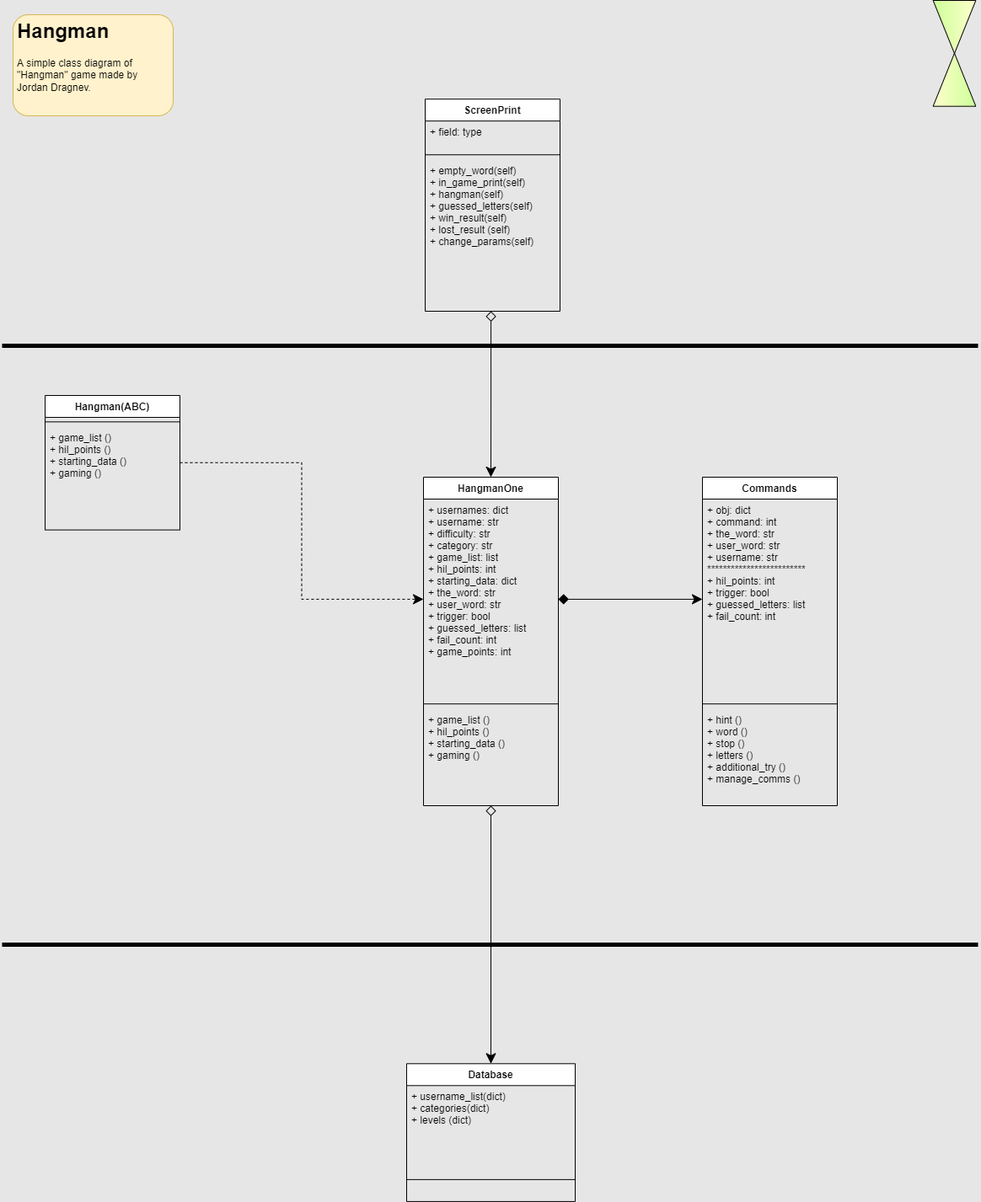
The draw.io diagram hangman/images/hangman_class_diagram.png in jordrag/Exercises, before a commit. Source tidied: cells renumbered, new cells last; positions are measured from the earlier drawing's top-left corner, leaving out a move shared by most shapes.
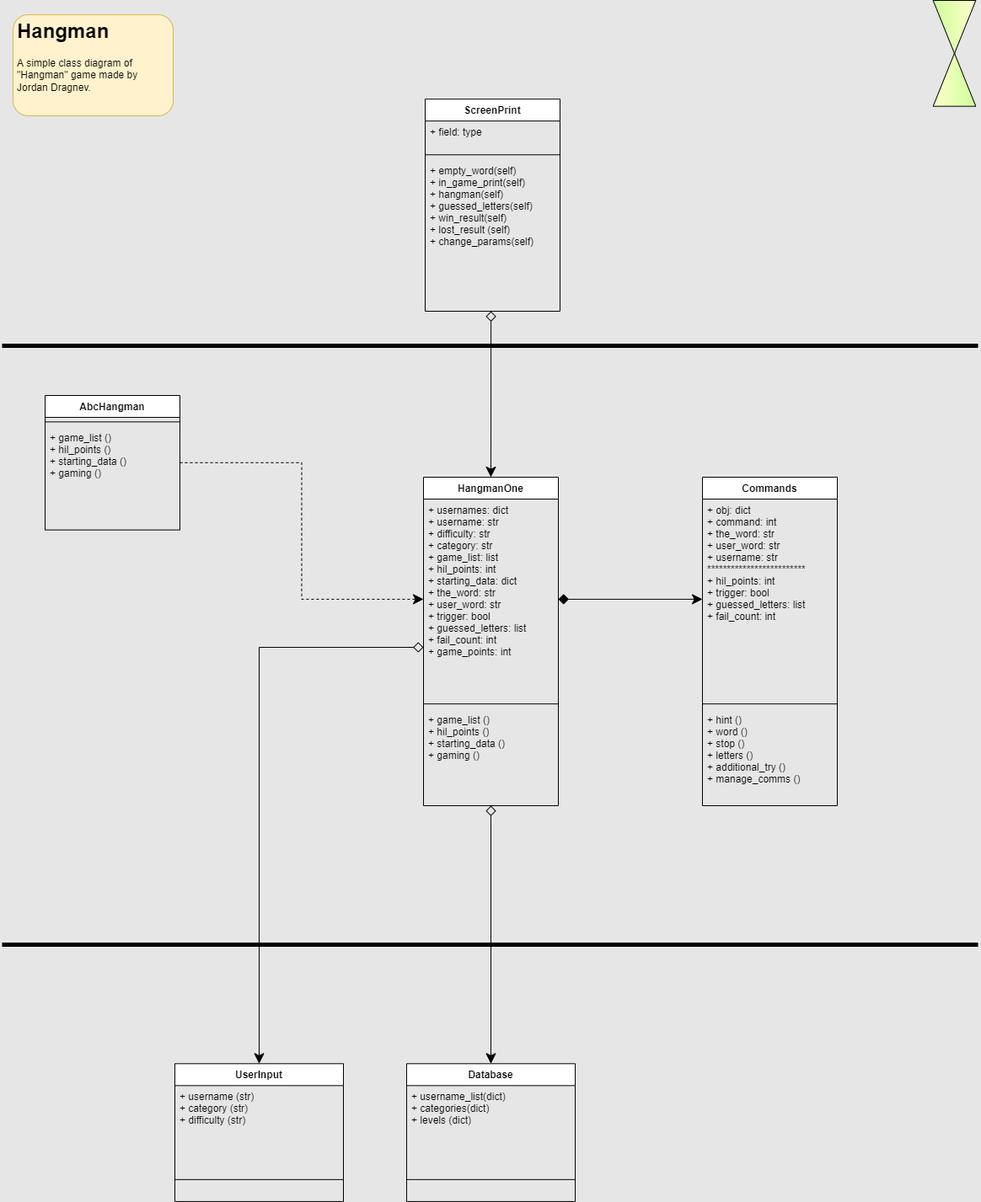
After the commit.

The edit, as a diff of the source:
```diff
@@ -47,7 +47,7 @@
     <mxCell id="16" style="edgeStyle=orthogonalEdgeStyle;rounded=0;jettySize=auto;html=1;startArrow=none;startFill=0;startSize=10;endSize=10;entryX=0;entryY=0.5;entryDx=0;entryDy=0;dashed=1;" parent="1" edge="1" source="17" target="13">
       <mxGeometry relative="1" as="geometry" />
     </mxCell>
-    <mxCell id="17" value="Hangman(ABC)" style="swimlane;fontStyle=1;align=center;verticalAlign=top;horizontal=1;startSize=26;" parent="1" vertex="1">
+    <mxCell id="17" value="AbcHangman" style="swimlane;fontStyle=1;align=center;verticalAlign=top;horizontal=1;startSize=26;" parent="1" vertex="1">
       <mxGeometry x="51" y="466" width="160" height="159.6" as="geometry" />
     </mxCell>
     <mxCell id="18" style="line;strokeWidth=1;fillColor=none;align=left;verticalAlign=middle;spacingTop=-1;spacingLeft=3;spacingRight=3;labelPosition=right;strokeColor=inherit;" parent="17" vertex="1">
@@ -92,5 +92,21 @@
     <mxCell id="29" value="&lt;h1&gt;Hangman&lt;/h1&gt;&lt;p&gt;A simple class diagram of &quot;Hangman&quot; game made by Jordan Dragnev.&lt;/p&gt;" style="text;html=1;strokeColor=#d6b656;fillColor=#fff2cc;spacing=5;spacingTop=-20;whiteSpace=wrap;overflow=hidden;rounded=1;labelBorderColor=none;" parent="1" vertex="1">
       <mxGeometry x="13" y="14" width="190" height="120" as="geometry" />
     </mxCell>
+    <mxCell id="30" value="UserInput" style="swimlane;fontStyle=1;align=center;verticalAlign=top;horizontal=1;startSize=26;" parent="1" vertex="1">
+      <mxGeometry x="205" y="1259.3" width="200" height="163.6" as="geometry" />
+    </mxCell>
+    <mxCell id="31" value="+ username (str)&#10;+ category (str)&#10;+ difficulty (str)" style="text;strokeColor=none;fillColor=none;align=left;verticalAlign=top;spacingLeft=4;spacingRight=4;overflow=hidden;" parent="30" vertex="1">
+      <mxGeometry y="26" width="200" height="85.5" as="geometry" />
+    </mxCell>
+    <mxCell id="32" style="line;strokeWidth=1;fillColor=none;align=left;verticalAlign=middle;spacingTop=-1;spacingLeft=3;spacingRight=3;labelPosition=right;strokeColor=inherit;labelBorderColor=none;" parent="30" vertex="1">
+      <mxGeometry y="111.5" width="200" height="52.1" as="geometry" />
+    </mxCell>
+    <mxCell id="33" style="edgeStyle=orthogonalEdgeStyle;rounded=0;jettySize=auto;html=1;entryX=0.5;entryY=0;entryDx=0;entryDy=0;startArrow=diamond;startFill=0;endSize=10;startSize=10;" parent="1" edge="1" source="13" target="30">
+      <mxGeometry relative="1" as="geometry">
+        <Array as="points">
+          <mxPoint x="305" y="765" />
+        </Array>
+      </mxGeometry>
+    </mxCell>
   </root>
 </mxGraphModel>
```
